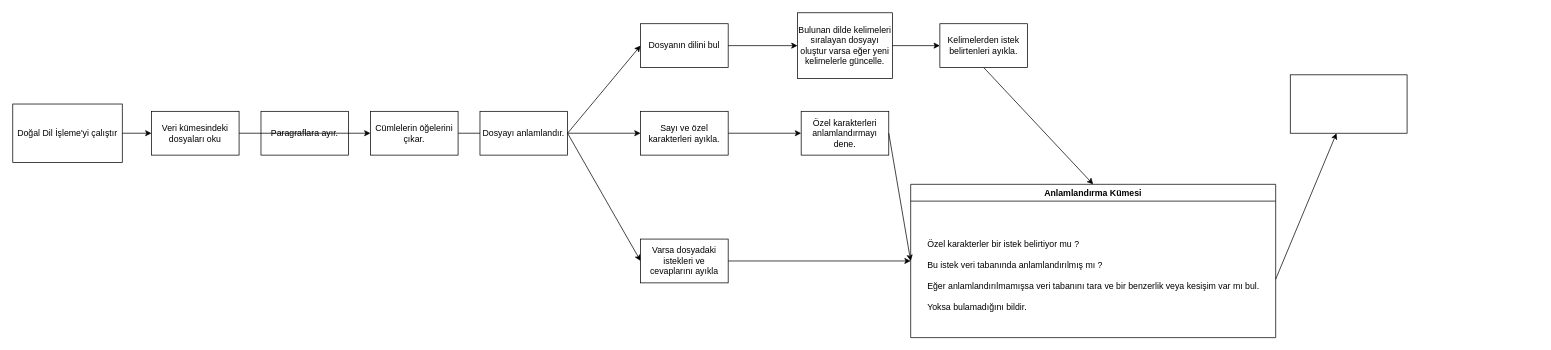
The draw.io diagram src/Untitled Diagram.drawio in omer-yakici/Dogal_Dil_Isleme, before the edit. Source tidied: cells renumbered, new cells numbered last; positions are measured from the earlier drawing's top-left corner, leaving out a move shared by most shapes. Both pictures are drawn from the tidied source at 73%, with x=0, y=0 at pixel (12, 12).
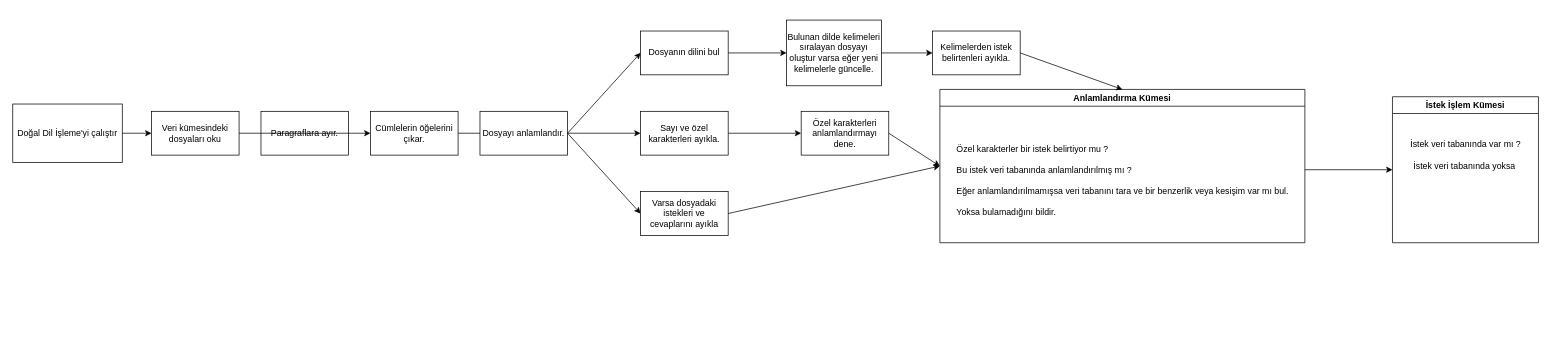
Above is the later version.

What changed in the source:
```diff
@@
     <mxCell id="4" value="Dosyanın dilini bul" style="rounded=0;whiteSpace=wrap;html=1;" parent="1" vertex="1">
-      <mxGeometry x="860" y="15" width="120" height="60" as="geometry" />
+      <mxGeometry x="860" y="25" width="120" height="60" as="geometry" />
     </mxCell>
@@
     <mxCell id="6" value="Bulunan dilde kelimeleri sıralayan dosyayı oluştur varsa eğer yeni kelimelerle güncelle." style="rounded=0;whiteSpace=wrap;html=1;" parent="1" vertex="1">
-      <mxGeometry x="1075" width="130" height="90" as="geometry" />
+      <mxGeometry x="1060" y="10" width="130" height="90" as="geometry" />
     </mxCell>
@@
     <mxCell id="10" value="Anlamlandırma Kümesi" style="swimlane;whiteSpace=wrap;html=1;" parent="1" vertex="1">
-      <mxGeometry x="1230" y="235" width="500" height="210" as="geometry" />
+      <mxGeometry x="1270" y="105" width="500" height="210" as="geometry" />
     </mxCell>
@@
     <mxCell id="18" value="Varsa dosyadaki istekleri ve cevaplarını ayıkla" style="rounded=0;whiteSpace=wrap;html=1;" parent="1" vertex="1">
-      <mxGeometry x="860" y="310" width="120" height="60" as="geometry" />
+      <mxGeometry x="860" y="245" width="120" height="60" as="geometry" />
     </mxCell>
@@
-    <mxCell id="21" style="endArrow=classic;html=1;rounded=0;exitX=1;exitY=0.5;exitDx=0;exitDy=0;" parent="1" edge="1" source="6">
-      <mxGeometry relative="1" as="geometry">
-        <mxPoint x="1270" y="45" as="targetPoint" />
-      </mxGeometry>
+    <mxCell id="21" style="endArrow=classic;html=1;rounded=0;exitX=1;exitY=0.5;exitDx=0;exitDy=0;entryX=0;entryY=0.5;entryDx=0;entryDy=0;" parent="1" edge="1" source="6" target="22">
+      <mxGeometry relative="1" as="geometry" />
     </mxCell>
     <mxCell id="22" value="Kelimelerden istek belirtenleri ayıkla." style="rounded=0;whiteSpace=wrap;html=1;" parent="1" vertex="1">
-      <mxGeometry x="1270" y="15" width="120" height="60" as="geometry" />
+      <mxGeometry x="1260" y="25" width="120" height="60" as="geometry" />
     </mxCell>
@@
-    <mxCell id="24" style="endArrow=classic;html=1;rounded=0;exitX=0.5;exitY=1;exitDx=0;exitDy=0;entryX=0.5;entryY=0;entryDx=0;entryDy=0;" parent="1" edge="1" source="22" target="10">
+    <mxCell id="24" style="endArrow=classic;html=1;rounded=0;exitX=1;exitY=0.5;exitDx=0;exitDy=0;entryX=0.5;entryY=0;entryDx=0;entryDy=0;" parent="1" edge="1" source="22" target="10">
       <mxGeometry relative="1" as="geometry" />
     </mxCell>
-    <mxCell id="25" style="endArrow=classic;html=1;rounded=0;" parent="1" edge="1" target="26">
+    <mxCell id="25" style="endArrow=classic;html=1;rounded=0;entryX=0;entryY=0.5;entryDx=0;entryDy=0;" parent="1" edge="1" target="29">
       <mxGeometry relative="1" as="geometry">
-        <mxPoint x="1730" y="365" as="sourcePoint" />
+        <mxPoint x="1770" y="215" as="sourcePoint" />
       </mxGeometry>
     </mxCell>
-    <mxCell id="26" style="rounded=0;whiteSpace=wrap;html=1;" parent="1" vertex="1">
-      <mxGeometry x="1750" y="85" width="160" height="80" as="geometry" />
-    </mxCell>
@@
+    <mxCell id="29" value="İstek İşlem Kümesi" style="swimlane;whiteSpace=wrap;html=1;" parent="1" vertex="1">
+      <mxGeometry x="1890" y="115" width="200" height="200" as="geometry" />
+    </mxCell>
+    <mxCell id="30" value="İstek veri tabanında var mı ?&lt;br&gt;" style="text;html=1;align=center;verticalAlign=middle;strokeColor=none;fillColor=none;" parent="29" vertex="1">
+      <mxGeometry x="15" y="50" width="170" height="30" as="geometry" />
+    </mxCell>
+    <mxCell id="31" value="İstek veri tabanında yoksa&amp;nbsp;" style="text;html=1;align=center;verticalAlign=middle;strokeColor=none;fillColor=none;" parent="29" vertex="1">
+      <mxGeometry x="15" y="80" width="170" height="30" as="geometry" />
+    </mxCell>
```
